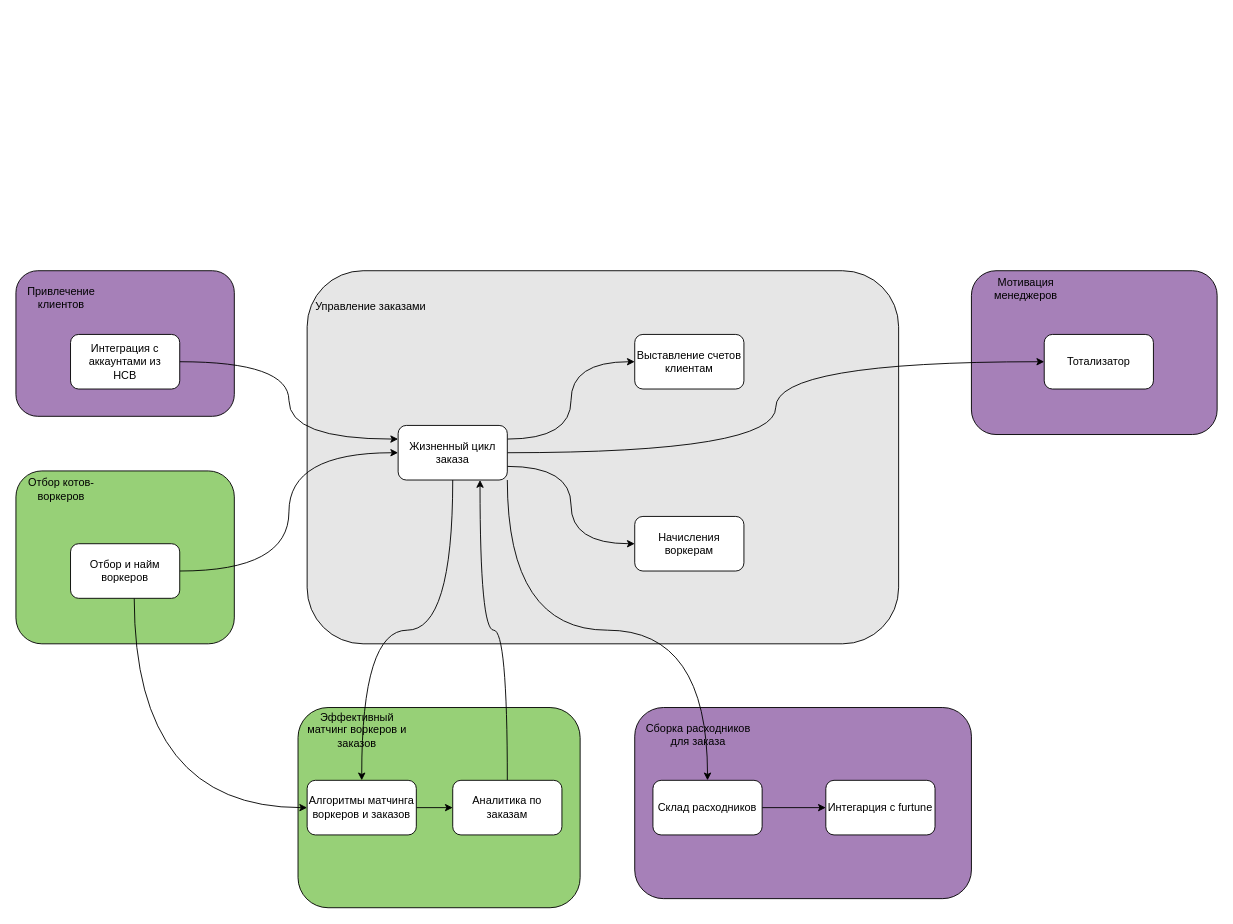
This is 2_homework/context-mapping.drawio from Baristanko/system_analyze_course, a draw.io file, before an edit. Source tidied: cells renumbered, new cells numbered last; positions are measured from the earlier drawing's top-left corner, leaving out a move shared by most shapes. Both pictures are drawn from the tidied source at 91%, with x=0, y=0 at pixel (15, 270).
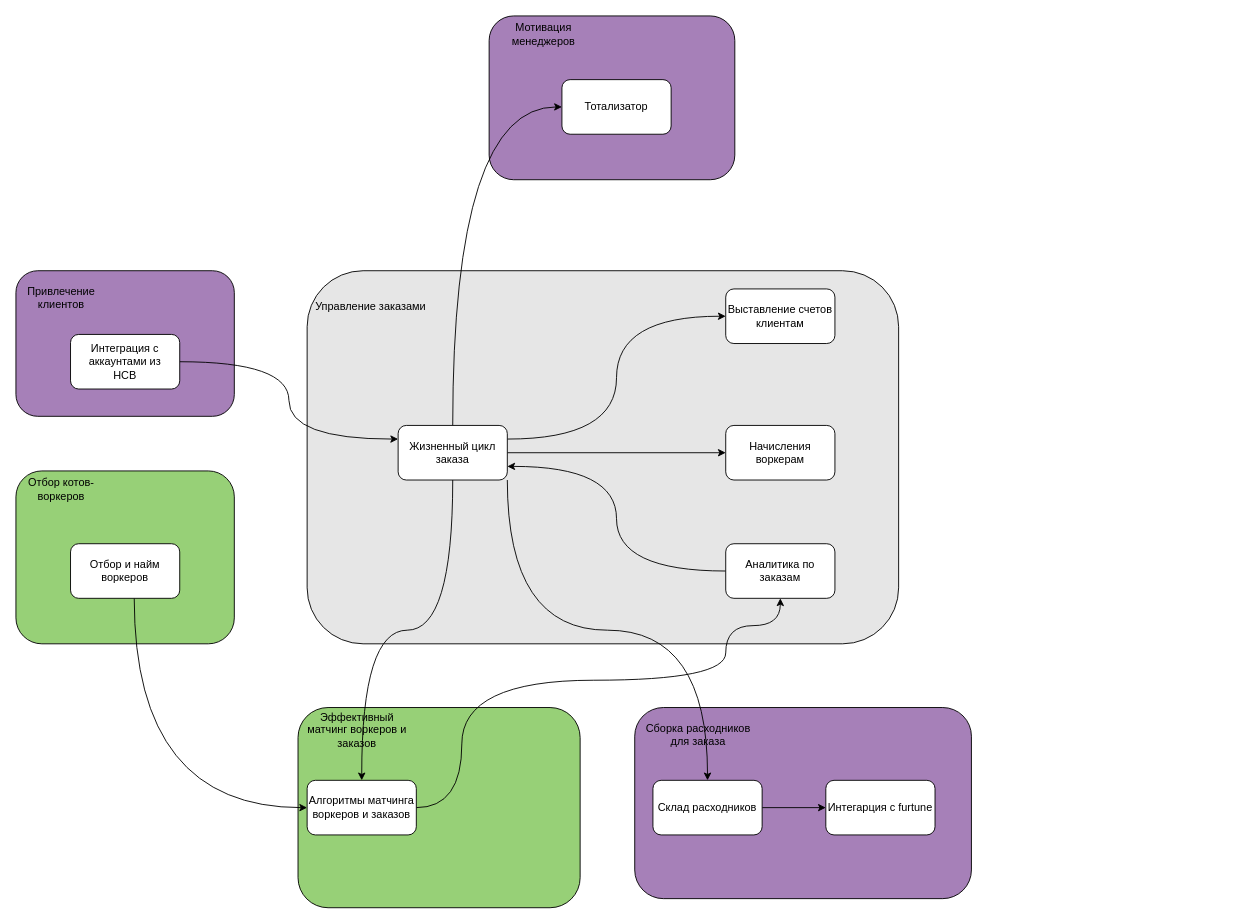
Above is the later version.

Unchanged cells that the change refers to:
```xml
<mxCell id="14" value="Отбор и найм воркеров" style="rounded=1;whiteSpace=wrap;html=1;" parent="1" vertex="1">
  <mxGeometry x="60" y="300" width="120" height="60" as="geometry" />
</mxCell>
<mxCell id="17" value="Алгоритмы матчинга воркеров и заказов" style="rounded=1;whiteSpace=wrap;html=1;" parent="1" vertex="1">
  <mxGeometry x="320" y="560" width="120" height="60" as="geometry" />
</mxCell>
<mxCell id="31" value="Жизненный цикл заказа" style="rounded=1;whiteSpace=wrap;html=1;" parent="1" vertex="1">
  <mxGeometry x="420" y="170" width="120" height="60" as="geometry" />
</mxCell>
```

The edit, as a diff of the source:
```diff
@@
-    <mxCell id="2" style="rounded=1;whiteSpace=wrap;html=1;fillColor=light-dark(#97D077,var(--ge-dark-color, #121212));" parent="1" vertex="1">
-      <mxGeometry y="220" width="240" height="190" as="geometry" />
-    </mxCell>
-    <mxCell id="3" style="rounded=1;whiteSpace=wrap;html=1;fillColor=light-dark(#A680B8,var(--ge-dark-color, #121212));" parent="1" vertex="1">
-      <mxGeometry x="680" y="480" width="370" height="210" as="geometry" />
-    </mxCell>
-    <mxCell id="4" style="rounded=1;whiteSpace=wrap;html=1;fillColor=light-dark(#E6E6E6,var(--ge-dark-color, #121212));" parent="1" vertex="1">
-      <mxGeometry x="320" width="650" height="410" as="geometry" />
-    </mxCell>
-    <mxCell id="5" style="rounded=1;whiteSpace=wrap;html=1;fillColor=light-dark(#97D077,var(--ge-dark-color, #121212));" parent="1" vertex="1">
-      <mxGeometry x="310" y="480" width="310" height="220" as="geometry" />
-    </mxCell>
-    <mxCell id="6" style="rounded=1;whiteSpace=wrap;html=1;fillColor=light-dark(#A680B8,var(--ge-dark-color, #121212));" parent="1" vertex="1">
-      <mxGeometry x="1050" width="270" height="180" as="geometry" />
-    </mxCell>
-    <mxCell id="7" style="rounded=1;whiteSpace=wrap;html=1;fillColor=light-dark(#A680B8,var(--ge-dark-color, #121212));" parent="1" vertex="1">
-      <mxGeometry width="240" height="160" as="geometry" />
-    </mxCell>
+    <mxCell id="35" style="rounded=1;whiteSpace=wrap;html=1;fillColor=light-dark(#97D077,var(--ge-dark-color, #121212));" parent="1" vertex="1">
+      <mxGeometry y="220" width="240" height="190" as="geometry" />
+    </mxCell>
+    <mxCell id="36" style="rounded=1;whiteSpace=wrap;html=1;fillColor=light-dark(#A680B8,var(--ge-dark-color, #121212));" parent="1" vertex="1">
+      <mxGeometry x="680" y="480" width="370" height="210" as="geometry" />
+    </mxCell>
+    <mxCell id="37" style="rounded=1;whiteSpace=wrap;html=1;fillColor=light-dark(#E6E6E6,var(--ge-dark-color, #121212));" parent="1" vertex="1">
+      <mxGeometry x="320" width="650" height="410" as="geometry" />
+    </mxCell>
+    <mxCell id="38" style="rounded=1;whiteSpace=wrap;html=1;fillColor=light-dark(#97D077,var(--ge-dark-color, #121212));" parent="1" vertex="1">
+      <mxGeometry x="310" y="480" width="310" height="220" as="geometry" />
+    </mxCell>
+    <mxCell id="39" style="rounded=1;whiteSpace=wrap;html=1;fillColor=light-dark(#A680B8,var(--ge-dark-color, #121212));" parent="1" vertex="1">
+      <mxGeometry x="520" y="-280" width="270" height="180" as="geometry" />
+    </mxCell>
+    <mxCell id="40" style="rounded=1;whiteSpace=wrap;html=1;fillColor=light-dark(#A680B8,var(--ge-dark-color, #121212));" parent="1" vertex="1">
+      <mxGeometry width="240" height="160" as="geometry" />
+    </mxCell>
@@
-    <mxCell id="12" style="edgeStyle=orthogonalEdgeStyle;rounded=0;jettySize=auto;html=1;entryX=0;entryY=0.5;entryDx=0;entryDy=0;curved=1;" parent="1" edge="1" source="14" target="31">
-      <mxGeometry relative="1" as="geometry" />
-    </mxCell>
@@
-    <mxCell id="16" style="edgeStyle=orthogonalEdgeStyle;rounded=0;jettySize=auto;html=1;exitX=1;exitY=0.5;exitDx=0;exitDy=0;entryX=0;entryY=0.5;entryDx=0;entryDy=0;" parent="1" edge="1" source="17" target="19">
-      <mxGeometry relative="1" as="geometry" />
+    <mxCell id="16" style="edgeStyle=orthogonalEdgeStyle;rounded=0;jettySize=auto;html=1;exitX=1;exitY=0.5;exitDx=0;exitDy=0;entryX=0.5;entryY=1;entryDx=0;entryDy=0;curved=1;" parent="1" edge="1" source="17" target="19">
+      <mxGeometry relative="1" as="geometry">
+        <Array as="points">
+          <mxPoint x="490" y="590" />
+          <mxPoint x="490" y="450" />
+          <mxPoint x="780" y="450" />
+          <mxPoint x="780" y="390" />
+          <mxPoint x="840" y="390" />
+        </Array>
+      </mxGeometry>
     </mxCell>
@@
-    <mxCell id="18" style="edgeStyle=orthogonalEdgeStyle;rounded=0;jettySize=auto;html=1;entryX=0.75;entryY=1;entryDx=0;entryDy=0;curved=1;" parent="1" edge="1" source="19" target="31">
+    <mxCell id="18" style="edgeStyle=orthogonalEdgeStyle;rounded=0;jettySize=auto;html=1;exitX=0;exitY=0.5;exitDx=0;exitDy=0;entryX=1;entryY=0.75;entryDx=0;entryDy=0;curved=1;" parent="1" edge="1" source="19" target="31">
       <mxGeometry relative="1" as="geometry" />
     </mxCell>
     <mxCell id="19" value="Аналитика по заказам" style="rounded=1;whiteSpace=wrap;html=1;" parent="1" vertex="1">
-      <mxGeometry x="480" y="560" width="120" height="60" as="geometry" />
+      <mxGeometry x="780" y="300" width="120" height="60" as="geometry" />
     </mxCell>
@@
     <mxCell id="24" value="Мотивация менеджеров" style="text;html=1;align=center;verticalAlign=middle;whiteSpace=wrap;rounded=0;" parent="1" vertex="1">
-      <mxGeometry x="1050" width="120" height="40" as="geometry" />
+      <mxGeometry x="520" y="-280" width="120" height="40" as="geometry" />
     </mxCell>
     <mxCell id="25" value="Тотализатор" style="rounded=1;whiteSpace=wrap;html=1;" parent="1" vertex="1">
-      <mxGeometry x="1130" y="70" width="120" height="60" as="geometry" />
+      <mxGeometry x="600" y="-210" width="120" height="60" as="geometry" />
     </mxCell>
@@
-    <mxCell id="28" style="edgeStyle=orthogonalEdgeStyle;rounded=0;jettySize=auto;html=1;exitX=1;exitY=0.75;exitDx=0;exitDy=0;entryX=0;entryY=0.5;entryDx=0;entryDy=0;curved=1;" parent="1" edge="1" source="31" target="33">
-      <mxGeometry relative="1" as="geometry" />
-    </mxCell>
@@
-    <mxCell id="30" style="edgeStyle=orthogonalEdgeStyle;rounded=0;jettySize=auto;html=1;exitX=1;exitY=0.5;exitDx=0;exitDy=0;entryX=0;entryY=0.5;entryDx=0;entryDy=0;curved=1;" parent="1" edge="1" source="31" target="25">
+    <mxCell id="30" style="edgeStyle=orthogonalEdgeStyle;rounded=0;jettySize=auto;html=1;exitX=0.5;exitY=0;exitDx=0;exitDy=0;entryX=0;entryY=0.5;entryDx=0;entryDy=0;curved=1;" parent="1" edge="1" source="31" target="25">
       <mxGeometry relative="1" as="geometry" />
     </mxCell>
+    <mxCell id="28" style="edgeStyle=orthogonalEdgeStyle;rounded=0;jettySize=auto;html=1;exitX=1;exitY=0.5;exitDx=0;exitDy=0;entryX=0;entryY=0.5;entryDx=0;entryDy=0;" parent="1" edge="1" source="31" target="33">
+      <mxGeometry relative="1" as="geometry" />
+    </mxCell>
@@
     <mxCell id="32" value="Выставление счетов клиентам" style="rounded=1;whiteSpace=wrap;html=1;" parent="1" vertex="1">
-      <mxGeometry x="680" y="70" width="120" height="60" as="geometry" />
+      <mxGeometry x="780" y="20" width="120" height="60" as="geometry" />
     </mxCell>
     <mxCell id="33" value="Начисления воркерам" style="rounded=1;whiteSpace=wrap;html=1;" parent="1" vertex="1">
-      <mxGeometry x="680" y="270" width="120" height="60" as="geometry" />
+      <mxGeometry x="780" y="170" width="120" height="60" as="geometry" />
     </mxCell>
```
